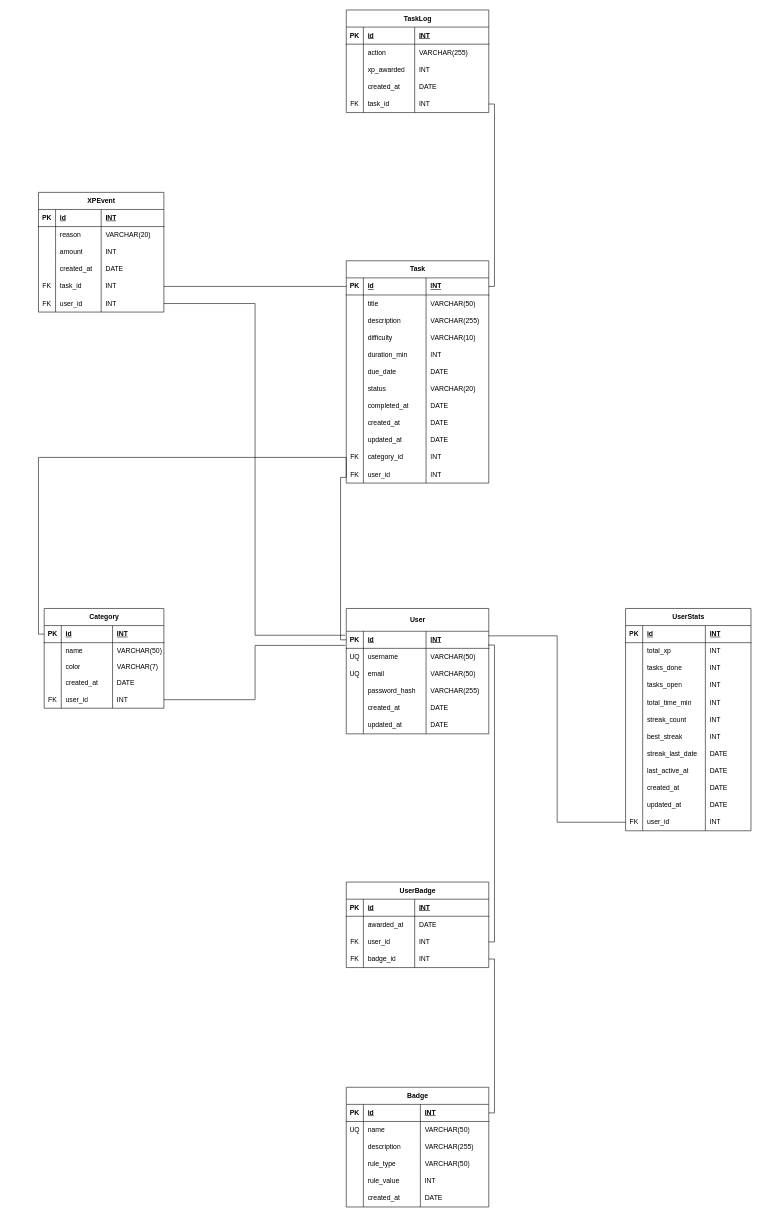
The draw.io diagram Documentation/Diagram/ERM_Diagramm.drawio in Zenderrrr/IPT6.1-Productivity-Game, before the edit. Source tidied: cells renumbered, new cells numbered last; positions are measured from the earlier drawing's top-left corner, leaving out a move shared by most shapes. Both pictures are drawn from the tidied source at 57%, with x=0, y=0 at pixel (38, 10).
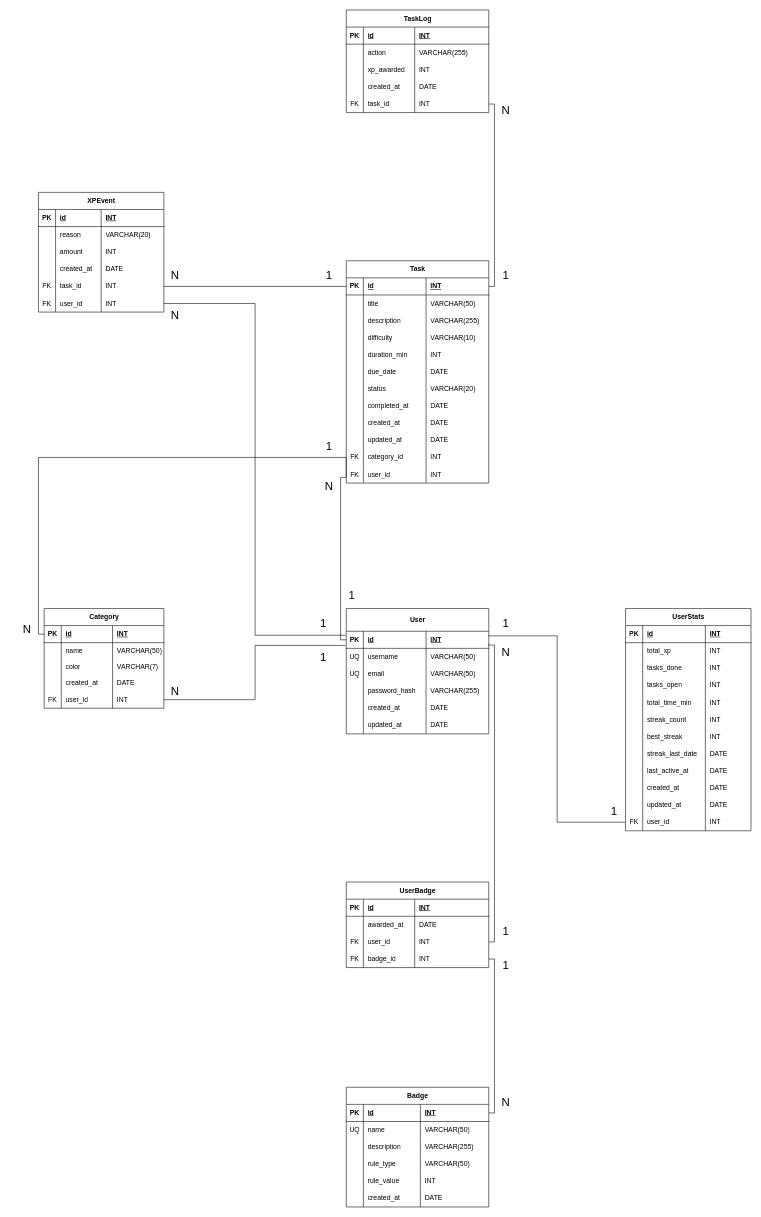
After the change.

The edit, as a diff of the source:
```diff
@@
+    <mxCell id="243" value="1" style="text;html=1;whiteSpace=wrap;strokeColor=none;fillColor=none;align=center;verticalAlign=middle;rounded=0;fontSize=20;" parent="1" vertex="1">
+      <mxGeometry x="790" y="1660" width="60" height="30" as="geometry" />
+    </mxCell>
+    <mxCell id="244" value="N" style="text;html=1;whiteSpace=wrap;strokeColor=none;fillColor=none;align=center;verticalAlign=middle;rounded=0;fontSize=20;" parent="1" vertex="1">
+      <mxGeometry x="790" y="1900" width="60" height="30" as="geometry" />
+    </mxCell>
+    <mxCell id="245" value="1" style="text;html=1;whiteSpace=wrap;strokeColor=none;fillColor=none;align=center;verticalAlign=middle;rounded=0;fontSize=20;" parent="1" vertex="1">
+      <mxGeometry x="790" y="1600" width="60" height="30" as="geometry" />
+    </mxCell>
+    <mxCell id="246" value="N" style="text;html=1;whiteSpace=wrap;strokeColor=none;fillColor=none;align=center;verticalAlign=middle;rounded=0;fontSize=20;" parent="1" vertex="1">
+      <mxGeometry x="790" y="1110" width="60" height="30" as="geometry" />
+    </mxCell>
+    <mxCell id="247" value="1" style="text;html=1;whiteSpace=wrap;strokeColor=none;fillColor=none;align=center;verticalAlign=middle;rounded=0;fontSize=20;" parent="1" vertex="1">
+      <mxGeometry x="980" y="1390" width="60" height="30" as="geometry" />
+    </mxCell>
+    <mxCell id="248" value="1" style="text;html=1;whiteSpace=wrap;strokeColor=none;fillColor=none;align=center;verticalAlign=middle;rounded=0;fontSize=20;" parent="1" vertex="1">
+      <mxGeometry x="790" y="1060" width="60" height="30" as="geometry" />
+    </mxCell>
+    <mxCell id="249" value="N" style="text;html=1;whiteSpace=wrap;strokeColor=none;fillColor=none;align=center;verticalAlign=middle;rounded=0;fontSize=20;" parent="1" vertex="1">
+      <mxGeometry x="790" y="160" width="60" height="30" as="geometry" />
+    </mxCell>
+    <mxCell id="250" value="1" style="text;html=1;whiteSpace=wrap;strokeColor=none;fillColor=none;align=center;verticalAlign=middle;rounded=0;fontSize=20;" parent="1" vertex="1">
+      <mxGeometry x="790" y="450" width="60" height="30" as="geometry" />
+    </mxCell>
+    <mxCell id="251" value="N" style="text;html=1;whiteSpace=wrap;strokeColor=none;fillColor=none;align=center;verticalAlign=middle;rounded=0;fontSize=20;" parent="1" vertex="1">
+      <mxGeometry x="210" y="450" width="60" height="30" as="geometry" />
+    </mxCell>
+    <mxCell id="252" value="1" style="text;html=1;whiteSpace=wrap;strokeColor=none;fillColor=none;align=center;verticalAlign=middle;rounded=0;fontSize=20;" parent="1" vertex="1">
+      <mxGeometry x="480" y="450" width="60" height="30" as="geometry" />
+    </mxCell>
+    <mxCell id="253" value="N" style="text;html=1;whiteSpace=wrap;strokeColor=none;fillColor=none;align=center;verticalAlign=middle;rounded=0;fontSize=20;" parent="1" vertex="1">
+      <mxGeometry x="210" y="520" width="60" height="30" as="geometry" />
+    </mxCell>
+    <mxCell id="254" value="1" style="text;html=1;whiteSpace=wrap;strokeColor=none;fillColor=none;align=center;verticalAlign=middle;rounded=0;fontSize=20;" parent="1" vertex="1">
+      <mxGeometry x="470" y="1060" width="60" height="30" as="geometry" />
+    </mxCell>
+    <mxCell id="255" value="1" style="text;html=1;whiteSpace=wrap;strokeColor=none;fillColor=none;align=center;verticalAlign=middle;rounded=0;fontSize=20;" parent="1" vertex="1">
+      <mxGeometry x="470" y="1120" width="60" height="30" as="geometry" />
+    </mxCell>
+    <mxCell id="256" value="N" style="text;html=1;whiteSpace=wrap;strokeColor=none;fillColor=none;align=center;verticalAlign=middle;rounded=0;fontSize=20;" parent="1" vertex="1">
+      <mxGeometry x="210" y="1180" width="60" height="30" as="geometry" />
+    </mxCell>
+    <mxCell id="257" value="N" style="text;html=1;whiteSpace=wrap;strokeColor=none;fillColor=none;align=center;verticalAlign=middle;rounded=0;fontSize=20;" parent="1" vertex="1">
+      <mxGeometry x="480" y="820" width="60" height="30" as="geometry" />
+    </mxCell>
+    <mxCell id="258" value="1" style="text;html=1;whiteSpace=wrap;strokeColor=none;fillColor=none;align=center;verticalAlign=middle;rounded=0;fontSize=20;" parent="1" vertex="1">
+      <mxGeometry x="520" y="1010" width="60" height="30" as="geometry" />
+    </mxCell>
+    <mxCell id="259" value="1" style="text;html=1;whiteSpace=wrap;strokeColor=none;fillColor=none;align=center;verticalAlign=middle;rounded=0;fontSize=20;" parent="1" vertex="1">
+      <mxGeometry x="480" y="750" width="60" height="30" as="geometry" />
+    </mxCell>
+    <mxCell id="260" value="N" style="text;html=1;whiteSpace=wrap;strokeColor=none;fillColor=none;align=center;verticalAlign=middle;rounded=0;fontSize=20;" parent="1" vertex="1">
+      <mxGeometry x="-50" y="1070" width="60" height="30" as="geometry" />
+    </mxCell>
```
